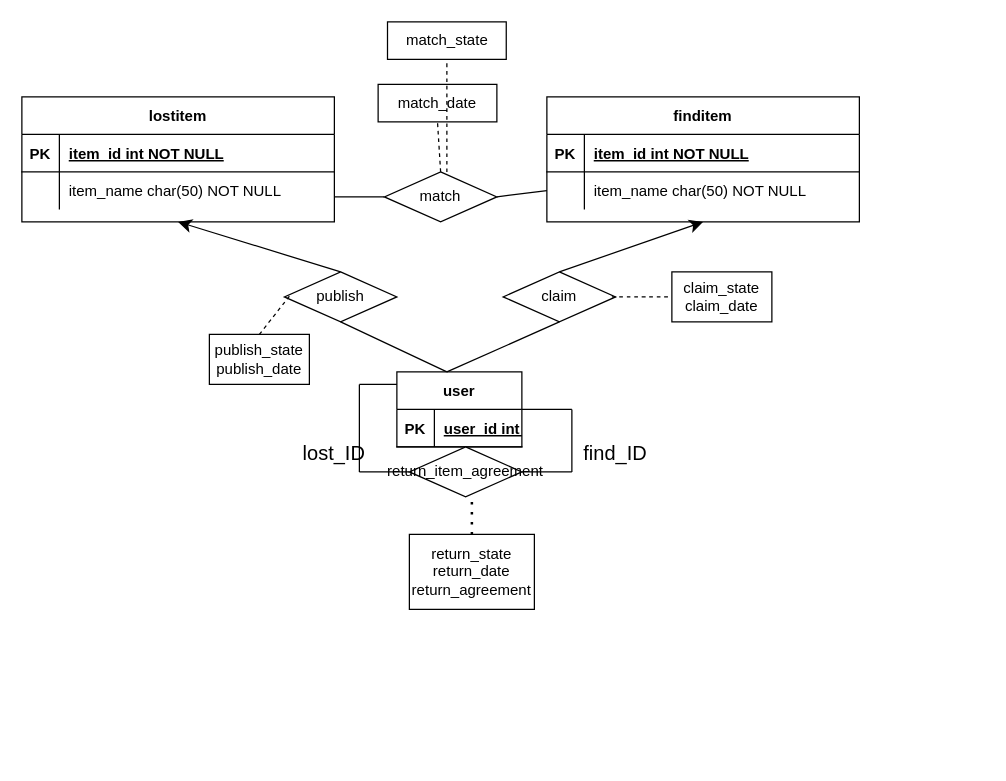
This is Resource/drawios/lcbGroup/失物归还er图.drawio from LucasFrancis23213/DatabaseCourseDesign, a draw.io file, before an edit. Source tidied: cells renumbered, new cells numbered last; positions are measured from the earlier drawing's top-left corner, leaving out a move shared by most shapes. Both pictures are drawn from the tidied source at 125%, with x=0, y=0 at pixel (21, 21).
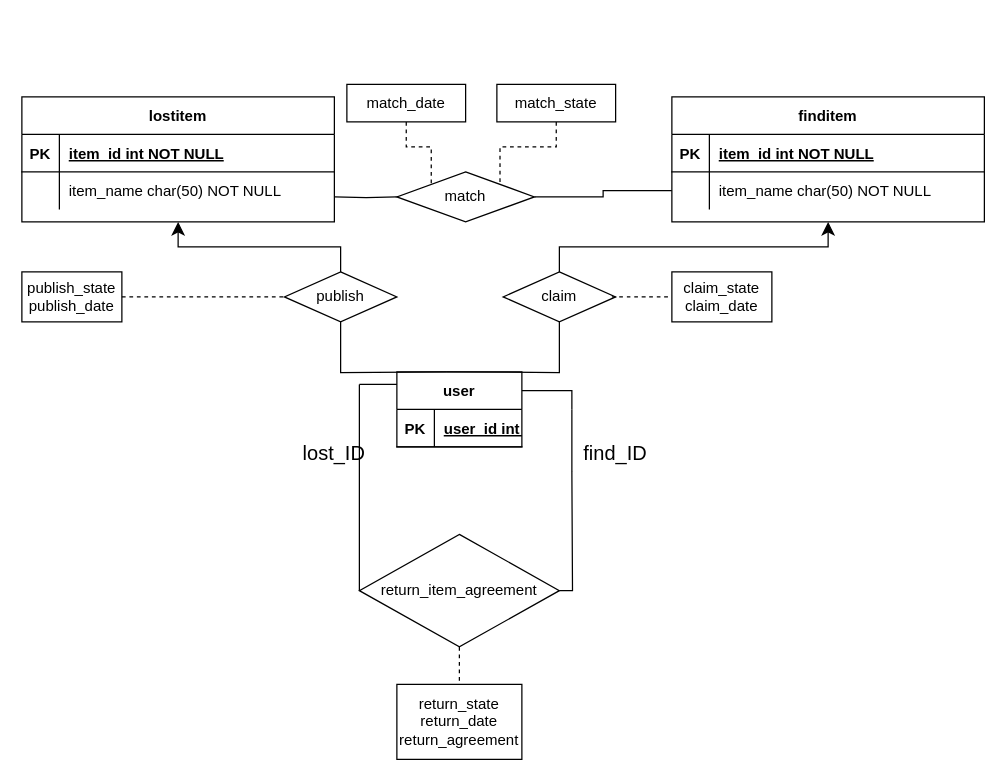
The same page after the edit.

Unchanged cells that the change refers to:
```xml
<mxCell id="2" value="lostitem" style="shape=table;startSize=30;childLayout=tableLayout;rowLines=0;fontStyle=1;align=center;" parent="1" vertex="1">
  <mxGeometry y="60" width="250" height="100" as="geometry" />
</mxCell>
<mxCell id="13" style="shape=partialRectangle;fillColor=none;points=[[0,0.5],[1,0.5]];portConstraint=eastwest;top=0;left=0;right=0;bottom=0;" parent="9" vertex="1">
  <mxGeometry y="60" width="250" height="30" as="geometry" />
</mxCell>
<mxCell id="23" value="user" style="shape=table;startSize=30;childLayout=tableLayout;rowLines=0;fontStyle=1;align=center;" parent="1" vertex="1">
  <mxGeometry x="300" y="280" width="100" height="60" as="geometry" />
</mxCell>
<mxCell id="28" value="publish" style="rhombus;whiteSpace=wrap;html=1;" parent="1" vertex="1">
  <mxGeometry x="210" y="200" width="90" height="40" as="geometry" />
</mxCell>
<mxCell id="30" value="claim" style="rhombus;whiteSpace=wrap;html=1;" parent="1" vertex="1">
  <mxGeometry x="385" y="200" width="90" height="40" as="geometry" />
</mxCell>
```

Diff of the diagram source:
```diff
@@
     <mxCell id="9" value="finditem" style="shape=table;startSize=30;childLayout=tableLayout;rowLines=0;fontStyle=1;align=center;" parent="1" vertex="1">
-      <mxGeometry x="420" y="60" width="250" height="100" as="geometry" />
+      <mxGeometry x="520" y="60" width="250" height="100" as="geometry" />
     </mxCell>
@@
     <mxCell id="16" value="match" style="rhombus;whiteSpace=wrap;html=1;" parent="1" vertex="1">
-      <mxGeometry x="290" y="120" width="90" height="40" as="geometry" />
+      <mxGeometry x="300" y="120" width="110" height="40" as="geometry" />
     </mxCell>
-    <mxCell id="17" style="endArrow=none;html=1;rounded=0;fontSize=12;startSize=8;endSize=8;curved=1;entryX=0;entryY=0.5;entryDx=0;entryDy=0;" parent="1" edge="1" target="16">
+    <mxCell id="17" style="endArrow=none;html=1;rounded=0;fontSize=12;startSize=8;endSize=8;entryX=0;entryY=0.5;entryDx=0;entryDy=0;edgeStyle=orthogonalEdgeStyle;" parent="1" edge="1" target="16">
       <mxGeometry relative="1" as="geometry">
         <mxPoint x="250" y="140" as="sourcePoint" />
       </mxGeometry>
     </mxCell>
-    <mxCell id="18" style="endArrow=none;html=1;rounded=0;fontSize=12;startSize=8;endSize=8;curved=1;entryX=0;entryY=0.75;entryDx=0;entryDy=0;" parent="1" edge="1" target="9">
-      <mxGeometry relative="1" as="geometry">
-        <mxPoint x="380" y="140" as="sourcePoint" />
-      </mxGeometry>
-    </mxCell>
     <mxCell id="19" value="match_date" style="rounded=0;whiteSpace=wrap;html=1;" parent="1" vertex="1">
-      <mxGeometry x="285" y="50" width="95" height="30" as="geometry" />
+      <mxGeometry x="260" y="50" width="95" height="30" as="geometry" />
     </mxCell>
     <mxCell id="20" value="match_state" style="rounded=0;whiteSpace=wrap;html=1;" parent="1" vertex="1">
-      <mxGeometry x="292.5" width="95" height="30" as="geometry" />
+      <mxGeometry x="380" y="50" width="95" height="30" as="geometry" />
     </mxCell>
-    <mxCell id="21" style="endArrow=none;dashed=1;html=1;rounded=0;fontSize=12;startSize=8;endSize=8;curved=1;entryX=0.5;entryY=1;entryDx=0;entryDy=0;exitX=0.5;exitY=0;exitDx=0;exitDy=0;" parent="1" edge="1" source="16" target="19">
-      <mxGeometry relative="1" as="geometry" />
-    </mxCell>
-    <mxCell id="22" style="endArrow=none;dashed=1;html=1;rounded=0;fontSize=12;startSize=8;endSize=8;curved=1;entryX=0.5;entryY=1;entryDx=0;entryDy=0;" parent="1" edge="1" target="20">
-      <mxGeometry relative="1" as="geometry">
-        <mxPoint x="340" y="120" as="sourcePoint" />
-      </mxGeometry>
-    </mxCell>
@@
-    <mxCell id="27" style="edgeStyle=none;curved=1;rounded=0;jettySize=auto;html=1;exitX=0.5;exitY=0;exitDx=0;exitDy=0;entryX=0.5;entryY=1;entryDx=0;entryDy=0;fontSize=12;startSize=8;endSize=8;" parent="1" edge="1" source="28" target="2">
+    <mxCell id="27" style="edgeStyle=orthogonalEdgeStyle;rounded=0;jettySize=auto;html=1;exitX=0.5;exitY=0;exitDx=0;exitDy=0;entryX=0.5;entryY=1;entryDx=0;entryDy=0;fontSize=12;startSize=8;endSize=8;" parent="1" edge="1" source="28" target="2">
       <mxGeometry relative="1" as="geometry" />
     </mxCell>
@@
-    <mxCell id="29" style="edgeStyle=none;curved=1;rounded=0;jettySize=auto;html=1;exitX=0.5;exitY=0;exitDx=0;exitDy=0;entryX=0.5;entryY=1;entryDx=0;entryDy=0;fontSize=12;startSize=8;endSize=8;" parent="1" edge="1" source="30" target="9">
+    <mxCell id="29" style="edgeStyle=orthogonalEdgeStyle;rounded=0;jettySize=auto;html=1;exitX=0.5;exitY=0;exitDx=0;exitDy=0;entryX=0.5;entryY=1;entryDx=0;entryDy=0;fontSize=12;startSize=8;endSize=8;" parent="1" edge="1" source="30" target="9">
       <mxGeometry relative="1" as="geometry" />
     </mxCell>
@@
-    <mxCell id="31" style="endArrow=none;html=1;rounded=0;fontSize=12;startSize=8;endSize=8;curved=1;entryX=0.5;entryY=1;entryDx=0;entryDy=0;" parent="1" edge="1" target="30">
+    <mxCell id="31" style="endArrow=none;html=1;rounded=0;fontSize=12;startSize=8;endSize=8;entryX=0.5;entryY=1;entryDx=0;entryDy=0;edgeStyle=orthogonalEdgeStyle;" parent="1" edge="1" target="30">
       <mxGeometry relative="1" as="geometry">
         <mxPoint x="340" y="280" as="sourcePoint" />
       </mxGeometry>
     </mxCell>
-    <mxCell id="32" style="endArrow=none;html=1;rounded=0;fontSize=12;startSize=8;endSize=8;curved=1;entryX=0.5;entryY=1;entryDx=0;entryDy=0;" parent="1" edge="1" target="28">
+    <mxCell id="32" style="endArrow=none;html=1;rounded=0;fontSize=12;startSize=8;endSize=8;entryX=0.5;entryY=1;entryDx=0;entryDy=0;edgeStyle=orthogonalEdgeStyle;" parent="1" edge="1" target="28">
       <mxGeometry relative="1" as="geometry">
         <mxPoint x="340" y="280" as="sourcePoint" />
       </mxGeometry>
     </mxCell>
@@
     <mxCell id="35" value="publish_state&lt;div&gt;publish_date&lt;/div&gt;" style="rounded=0;whiteSpace=wrap;html=1;" parent="1" vertex="1">
-      <mxGeometry x="150" y="250" width="80" height="40" as="geometry" />
+      <mxGeometry y="200" width="80" height="40" as="geometry" />
     </mxCell>
-    <mxCell id="36" style="endArrow=none;dashed=1;html=1;rounded=0;fontSize=12;startSize=8;endSize=8;curved=1;entryX=0;entryY=0.5;entryDx=0;entryDy=0;exitX=0.5;exitY=0;exitDx=0;exitDy=0;" parent="1" edge="1" source="35">
-      <mxGeometry relative="1" as="geometry">
-        <mxPoint x="214" y="219.5" as="targetPoint" />
-      </mxGeometry>
-    </mxCell>
@@
-    <mxCell id="39" style="endArrow=none;html=1;rounded=0;fontSize=12;startSize=8;endSize=8;curved=1;" parent="1" edge="1">
+    <mxCell id="39" style="endArrow=none;html=1;rounded=0;fontSize=12;startSize=8;endSize=8;entryX=0;entryY=0.5;entryDx=0;entryDy=0;edgeStyle=orthogonalEdgeStyle;" parent="1" edge="1" target="43">
       <mxGeometry relative="1" as="geometry">
         <mxPoint x="270" y="360" as="sourcePoint" />
-        <mxPoint x="310" y="360" as="targetPoint" />
+        <Array as="points">
+          <mxPoint x="270" y="440" />
+        </Array>
       </mxGeometry>
     </mxCell>
-    <mxCell id="40" style="endArrow=none;html=1;rounded=0;fontSize=12;startSize=8;endSize=8;curved=1;" parent="1" edge="1">
+    <mxCell id="40" style="endArrow=none;html=1;rounded=0;fontSize=12;startSize=8;endSize=8;exitX=1;exitY=0.5;exitDx=0;exitDy=0;edgeStyle=orthogonalEdgeStyle;" parent="1" edge="1" source="43">
       <mxGeometry relative="1" as="geometry">
-        <mxPoint x="400" y="360" as="sourcePoint" />
         <mxPoint x="440" y="360" as="targetPoint" />
-        <Array as="points">
-          <mxPoint x="440" y="360" />
-        </Array>
       </mxGeometry>
     </mxCell>
@@
-    <mxCell id="42" style="endArrow=none;html=1;rounded=0;fontSize=12;startSize=8;endSize=8;curved=1;exitX=1;exitY=0.5;exitDx=0;exitDy=0;" parent="1" edge="1" source="23">
+    <mxCell id="42" style="endArrow=none;html=1;rounded=0;fontSize=12;startSize=8;endSize=8;exitX=1;exitY=0.25;exitDx=0;exitDy=0;edgeStyle=orthogonalEdgeStyle;" parent="1" edge="1" source="23">
       <mxGeometry relative="1" as="geometry">
         <mxPoint x="440" y="310" as="targetPoint" />
+        <Array as="points">
+          <mxPoint x="440" y="295" />
+        </Array>
       </mxGeometry>
     </mxCell>
     <mxCell id="43" value="return_item_agreement" style="rhombus;whiteSpace=wrap;html=1;" parent="1" vertex="1">
-      <mxGeometry x="310" y="340" width="90" height="40" as="geometry" />
+      <mxGeometry x="270" y="410" width="160" height="90" as="geometry" />
     </mxCell>
@@
     <mxCell id="46" value="return_state&lt;div&gt;return_date&lt;/div&gt;&lt;div&gt;return_agreement&lt;/div&gt;" style="rounded=0;whiteSpace=wrap;html=1;" parent="1" vertex="1">
-      <mxGeometry x="310" y="410" width="100" height="60" as="geometry" />
+      <mxGeometry x="300" y="530" width="100" height="60" as="geometry" />
     </mxCell>
-    <mxCell id="47" style="endArrow=none;dashed=1;html=1;dashPattern=1 3;strokeWidth=2;rounded=0;fontSize=12;startSize=8;endSize=8;curved=1;exitX=0.5;exitY=0;exitDx=0;exitDy=0;" parent="1" edge="1" source="46">
-      <mxGeometry relative="1" as="geometry">
-        <mxPoint x="360" y="380" as="targetPoint" />
-      </mxGeometry>
-    </mxCell>
+    <mxCell id="48" style="endArrow=none;html=1;rounded=0;exitX=1;exitY=0.5;exitDx=0;exitDy=0;entryX=0;entryY=0.5;entryDx=0;entryDy=0;edgeStyle=orthogonalEdgeStyle;" parent="1" edge="1" source="16" target="13">
+      <mxGeometry relative="1" as="geometry" />
+    </mxCell>
+    <mxCell id="49" style="endArrow=none;dashed=1;html=1;rounded=0;entryX=0;entryY=0.5;entryDx=0;entryDy=0;exitX=1;exitY=0.5;exitDx=0;exitDy=0;" parent="1" edge="1" source="35" target="28">
+      <mxGeometry relative="1" as="geometry" />
+    </mxCell>
+    <mxCell id="50" style="endArrow=none;dashed=1;html=1;rounded=0;exitX=0.5;exitY=1;exitDx=0;exitDy=0;entryX=0.5;entryY=0;entryDx=0;entryDy=0;" parent="1" edge="1" source="43" target="46">
+      <mxGeometry relative="1" as="geometry" />
+    </mxCell>
+    <mxCell id="51" style="endArrow=none;dashed=1;html=1;rounded=0;exitX=0.5;exitY=1;exitDx=0;exitDy=0;entryX=0;entryY=0;entryDx=0;entryDy=0;edgeStyle=orthogonalEdgeStyle;" parent="1" edge="1" source="19" target="16">
+      <mxGeometry relative="1" as="geometry" />
+    </mxCell>
+    <mxCell id="52" style="endArrow=none;dashed=1;html=1;rounded=0;exitX=0.5;exitY=1;exitDx=0;exitDy=0;entryX=1;entryY=0;entryDx=0;entryDy=0;edgeStyle=orthogonalEdgeStyle;" parent="1" edge="1" source="20" target="16">
+      <mxGeometry relative="1" as="geometry" />
+    </mxCell>
```
